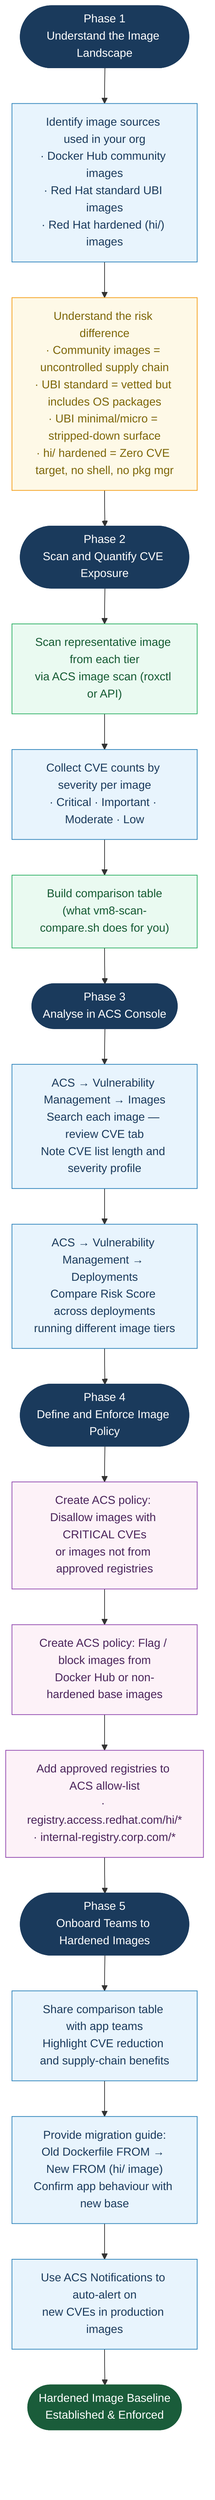
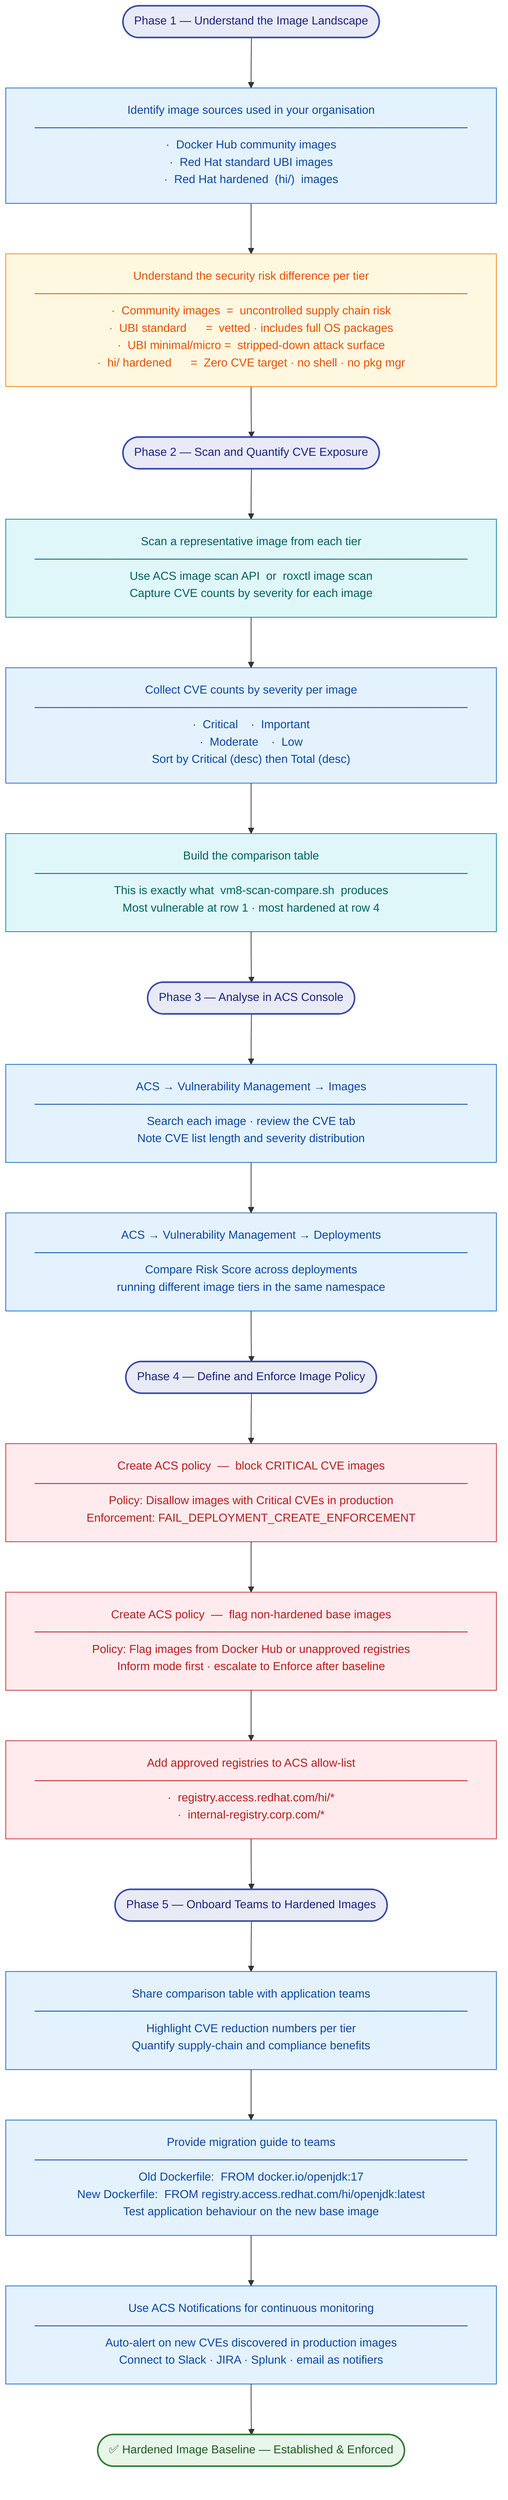
+ %%{init: {'flowchart': {'padding': 20, 'nodeSpacing': 50, 'rankSpacing': 70, 'wrappingWidth': 500}}}%%
flowchart TD
-     classDef phase    fill:#1a3a5c,stroke:#1a3a5c,color:#ffffff
-     classDef action   fill:#e8f4fd,stroke:#2980b9,color:#1a3a5c
-     classDef tool     fill:#eafaf1,stroke:#27ae60,color:#145a32
-     classDef note     fill:#fef9e7,stroke:#f39c12,color:#7d6608
-     classDef enforce  fill:#fdf2f8,stroke:#8e44ad,color:#4a235a
-     classDef done     fill:#1a5c3a,stroke:#1a5c3a,color:#ffffff
+     classDef phase    fill:#e8eaf6,stroke:#3949ab,color:#1a237e,stroke-width:2px
+     classDef action   fill:#e3f2fd,stroke:#1565c0,color:#0d47a1,stroke-width:1px
+     classDef tool     fill:#e0f7fa,stroke:#00838f,color:#006064,stroke-width:1px
+     classDef note     fill:#fff8e1,stroke:#f57f17,color:#e65100,stroke-width:1px
+     classDef enforce  fill:#ffebee,stroke:#c62828,color:#b71c1c,stroke-width:1px
+     classDef done     fill:#e8f5e9,stroke:#2e7d32,color:#1b5e20,stroke-width:2px

-     P1(["Phase 1\nUnderstand the Image Landscape"]):::phase
+     P1(["Phase 1  —  Understand the Image Landscape"]):::phase

-     A1["Identify image sources used in your org\n· Docker Hub community images\n· Red Hat standard UBI images\n· Red Hat hardened (hi/) images"]:::action
+     A1["Identify image sources used in your organisation\n─────────────────────────────────────────────────────\n·  Docker Hub community images\n·  Red Hat standard UBI images\n·  Red Hat hardened  (hi/)  images"]:::action

-     A2["Understand the risk difference\n· Community images = uncontrolled supply chain\n· UBI standard = vetted but includes OS packages\n· UBI minimal/micro = stripped-down surface\n· hi/ hardened = Zero CVE target, no shell, no pkg mgr"]:::note
+     A2["Understand the security risk difference per tier\n─────────────────────────────────────────────────────\n·  Community images  =  uncontrolled supply chain risk\n·  UBI standard      =  vetted · includes full OS packages\n·  UBI minimal/micro =  stripped-down attack surface\n·  hi/ hardened      =  Zero CVE target · no shell · no pkg mgr"]:::note

-     P2(["Phase 2\nScan and Quantify CVE Exposure"]):::phase
+     P2(["Phase 2  —  Scan and Quantify CVE Exposure"]):::phase

-     A3["Scan representative image from each tier\nvia ACS image scan (roxctl or API)"]:::tool
+     A3["Scan a representative image from each tier\n─────────────────────────────────────────────────────\nUse ACS image scan API  or  roxctl image scan\nCapture CVE counts by severity for each image"]:::tool

-     A4["Collect CVE counts by severity per image\n· Critical · Important · Moderate · Low"]:::action
+     A4["Collect CVE counts by severity per image\n─────────────────────────────────────────────────────\n·  Critical    ·  Important\n·  Moderate    ·  Low\nSort by Critical (desc) then Total (desc)"]:::action

-     A5["Build comparison table\n(what vm8-scan-compare.sh does for you)"]:::tool
+     A5["Build the comparison table\n─────────────────────────────────────────────────────\nThis is exactly what  vm8-scan-compare.sh  produces\nMost vulnerable at row 1 · most hardened at row 4"]:::tool

-     P3(["Phase 3\nAnalyse in ACS Console"]):::phase
+     P3(["Phase 3  —  Analyse in ACS Console"]):::phase

-     A6["ACS → Vulnerability Management → Images\nSearch each image — review CVE tab\nNote CVE list length and severity profile"]:::action
+     A6["ACS → Vulnerability Management → Images\n─────────────────────────────────────────────────────\nSearch each image · review the CVE tab\nNote CVE list length and severity distribution"]:::action

-     A7["ACS → Vulnerability Management → Deployments\nCompare Risk Score across deployments\nrunning different image tiers"]:::action
+     A7["ACS → Vulnerability Management → Deployments\n─────────────────────────────────────────────────────\nCompare Risk Score across deployments\nrunning different image tiers in the same namespace"]:::action

-     P4(["Phase 4\nDefine and Enforce Image Policy"]):::phase
+     P4(["Phase 4  —  Define and Enforce Image Policy"]):::phase

-     A8["Create ACS policy: Disallow images with CRITICAL CVEs\nor images not from approved registries"]:::enforce
+     A8["Create ACS policy  —  block CRITICAL CVE images\n─────────────────────────────────────────────────────\nPolicy: Disallow images with Critical CVEs in production\nEnforcement: FAIL_DEPLOYMENT_CREATE_ENFORCEMENT"]:::enforce

-     A9["Create ACS policy: Flag / block images from\nDocker Hub or non-hardened base images"]:::enforce
+     A9["Create ACS policy  —  flag non-hardened base images\n─────────────────────────────────────────────────────\nPolicy: Flag images from Docker Hub or unapproved registries\nInform mode first · escalate to Enforce after baseline"]:::enforce

-     A10["Add approved registries to ACS allow-list\n· registry.access.redhat.com/hi/*\n· internal-registry.corp.com/*"]:::enforce
+     A10["Add approved registries to ACS allow-list\n─────────────────────────────────────────────────────\n·  registry.access.redhat.com/hi/*\n·  internal-registry.corp.com/*"]:::enforce

-     P5(["Phase 5\nOnboard Teams to Hardened Images"]):::phase
+     P5(["Phase 5  —  Onboard Teams to Hardened Images"]):::phase

-     A11["Share comparison table with app teams\nHighlight CVE reduction and supply-chain benefits"]:::action
+     A11["Share comparison table with application teams\n─────────────────────────────────────────────────────\nHighlight CVE reduction numbers per tier\nQuantify supply-chain and compliance benefits"]:::action

-     A12["Provide migration guide:\nOld Dockerfile FROM → New FROM (hi/ image)\nConfirm app behaviour with new base"]:::action
+     A12["Provide migration guide to teams\n─────────────────────────────────────────────────────\nOld Dockerfile:  FROM docker.io/openjdk:17\nNew Dockerfile:  FROM registry.access.redhat.com/hi/openjdk:latest\nTest application behaviour on the new base image"]:::action

-     A13["Use ACS Notifications to auto-alert on\nnew CVEs in production images"]:::action
+     A13["Use ACS Notifications for continuous monitoring\n─────────────────────────────────────────────────────\nAuto-alert on new CVEs discovered in production images\nConnect to Slack · JIRA · Splunk · email as notifiers"]:::action

-     DONE(["Hardened Image Baseline\nEstablished & Enforced"]):::done
+     DONE(["✅  Hardened Image Baseline  —  Established & Enforced"]):::done

    P1 --> A1 --> A2
    A2 --> P2
    P2 --> A3 --> A4 --> A5
    A5 --> P3
    P3 --> A6 --> A7
    A7 --> P4
    P4 --> A8 --> A9 --> A10
    A10 --> P5
    P5 --> A11 --> A12 --> A13
    A13 --> DONE
